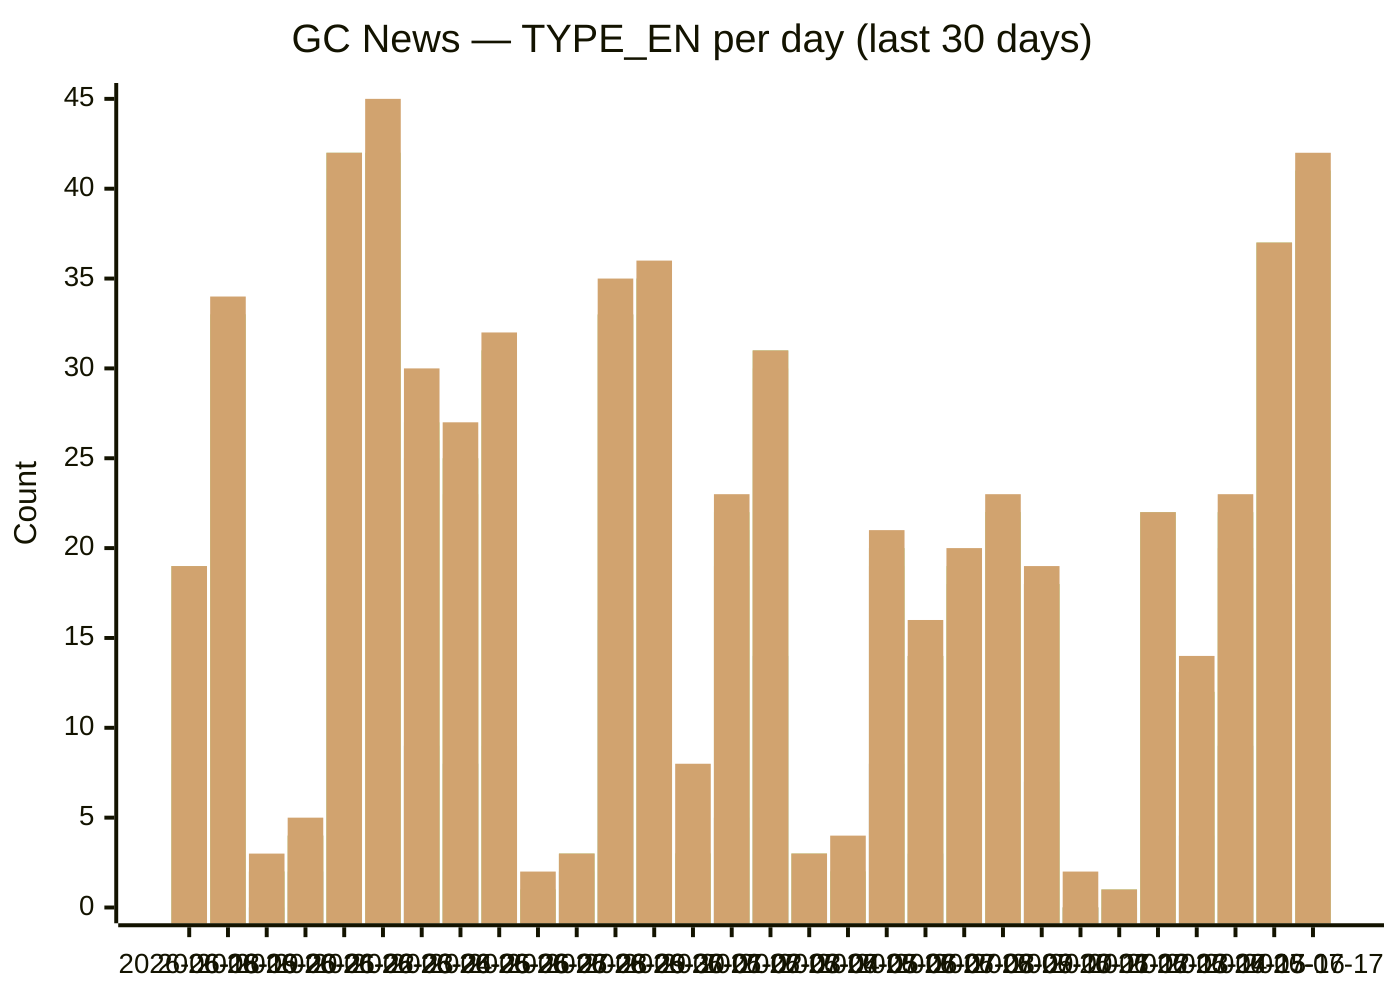
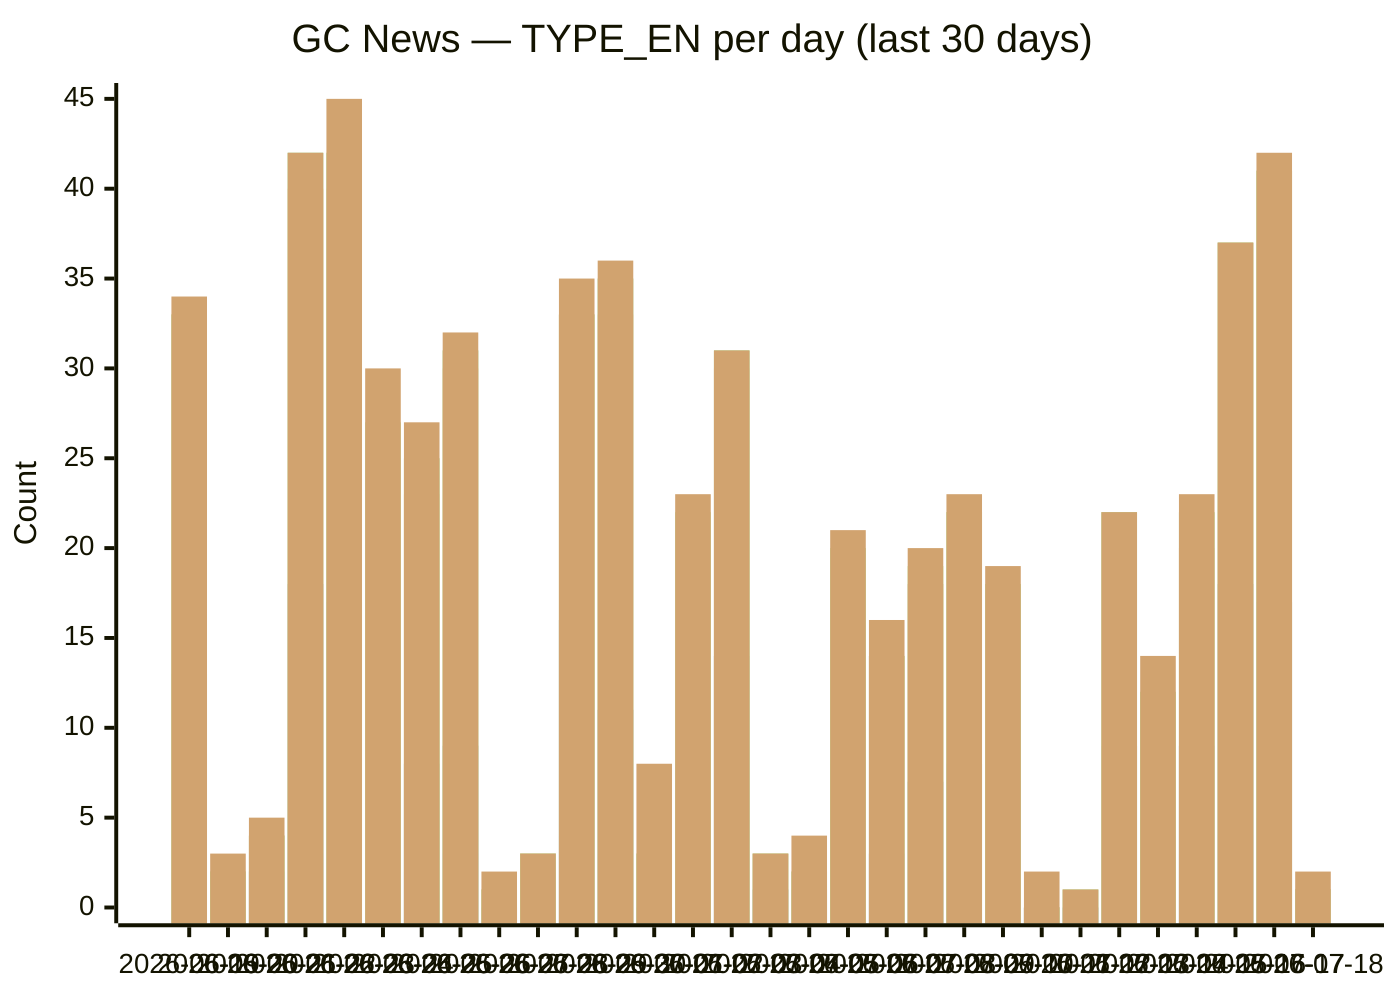
xychart-beta
  title "GC News — TYPE_EN per day (last 30 days)"
-   x-axis [2026-06-18, 2026-06-19, 2026-06-20, 2026-06-21, 2026-06-22, 2026-06-23, 2026-06-24, 2026-06-25, 2026-06-26, 2026-06-27, 2026-06-28, 2026-06-29, 2026-06-30, 2026-07-01, 2026-07-02, 2026-07-03, 2026-07-04, 2026-07-05, 2026-07-06, 2026-07-07, 2026-07-08, 2026-07-09, 2026-07-10, 2026-07-11, 2026-07-12, 2026-07-13, 2026-07-14, 2026-07-15, 2026-07-16, 2026-07-17]
+   x-axis [2026-06-19, 2026-06-20, 2026-06-21, 2026-06-22, 2026-06-23, 2026-06-24, 2026-06-25, 2026-06-26, 2026-06-27, 2026-06-28, 2026-06-29, 2026-06-30, 2026-07-01, 2026-07-02, 2026-07-03, 2026-07-04, 2026-07-05, 2026-07-06, 2026-07-07, 2026-07-08, 2026-07-09, 2026-07-10, 2026-07-11, 2026-07-12, 2026-07-13, 2026-07-14, 2026-07-15, 2026-07-16, 2026-07-17, 2026-07-18]
  y-axis "Count" 0 --> 45
-   bar backgrounders [2, 2, 0, 0, 3, 6, 2, 2, 3, 0, 0, 4, 3, 0, 1, 3, 1, 0, 3, 2, 2, 3, 3, 0, 0, 3, 3, 3, 4, 5]
-   bar "media advisories" [8, 13, 0, 2, 18, 17, 9, 8, 9, 0, 2, 16, 11, 0, 5, 14, 1, 1, 8, 3, 7, 8, 7, 0, 0, 9, 4, 9, 18, 17]
-   bar "news releases" [19, 33, 2, 4, 40, 40, 25, 23, 30, 1, 3, 33, 33, 3, 19, 30, 3, 2, 19, 14, 18, 22, 18, 0, 1, 22, 12, 20, 37, 41]
-   bar readouts [19, 33, 2, 4, 42, 42, 26, 25, 31, 1, 3, 33, 35, 3, 21, 31, 3, 2, 20, 14, 18, 22, 18, 0, 1, 22, 12, 22, 37, 41]
-   bar speeches [19, 33, 2, 4, 42, 42, 27, 25, 31, 1, 3, 33, 35, 3, 22, 31, 3, 2, 20, 14, 19, 22, 18, 0, 1, 22, 12, 22, 37, 41]
-   bar statements [19, 34, 3, 5, 42, 45, 30, 27, 32, 2, 3, 35, 36, 8, 23, 31, 3, 4, 21, 16, 20, 23, 19, 2, 1, 22, 14, 23, 37, 42]
+   bar backgrounders [2, 0, 0, 3, 6, 2, 2, 3, 0, 0, 4, 3, 0, 1, 3, 1, 0, 3, 2, 2, 3, 3, 0, 0, 3, 3, 3, 4, 5, 0]
+   bar "media advisories" [13, 0, 2, 18, 17, 9, 8, 9, 0, 2, 16, 11, 0, 5, 14, 1, 1, 8, 3, 7, 8, 7, 0, 0, 9, 4, 9, 18, 17, 1]
+   bar "news releases" [33, 2, 4, 40, 40, 25, 23, 30, 1, 3, 33, 33, 3, 19, 30, 3, 2, 19, 14, 18, 22, 18, 0, 1, 22, 12, 20, 37, 41, 1]
+   bar readouts [33, 2, 4, 42, 42, 26, 25, 31, 1, 3, 33, 35, 3, 21, 31, 3, 2, 20, 14, 18, 22, 18, 0, 1, 22, 12, 22, 37, 41, 1]
+   bar speeches [33, 2, 4, 42, 42, 27, 25, 31, 1, 3, 33, 35, 3, 22, 31, 3, 2, 20, 14, 19, 22, 18, 0, 1, 22, 12, 22, 37, 41, 1]
+   bar statements [34, 3, 5, 42, 45, 30, 27, 32, 2, 3, 35, 36, 8, 23, 31, 3, 4, 21, 16, 20, 23, 19, 2, 1, 22, 14, 23, 37, 42, 2]
